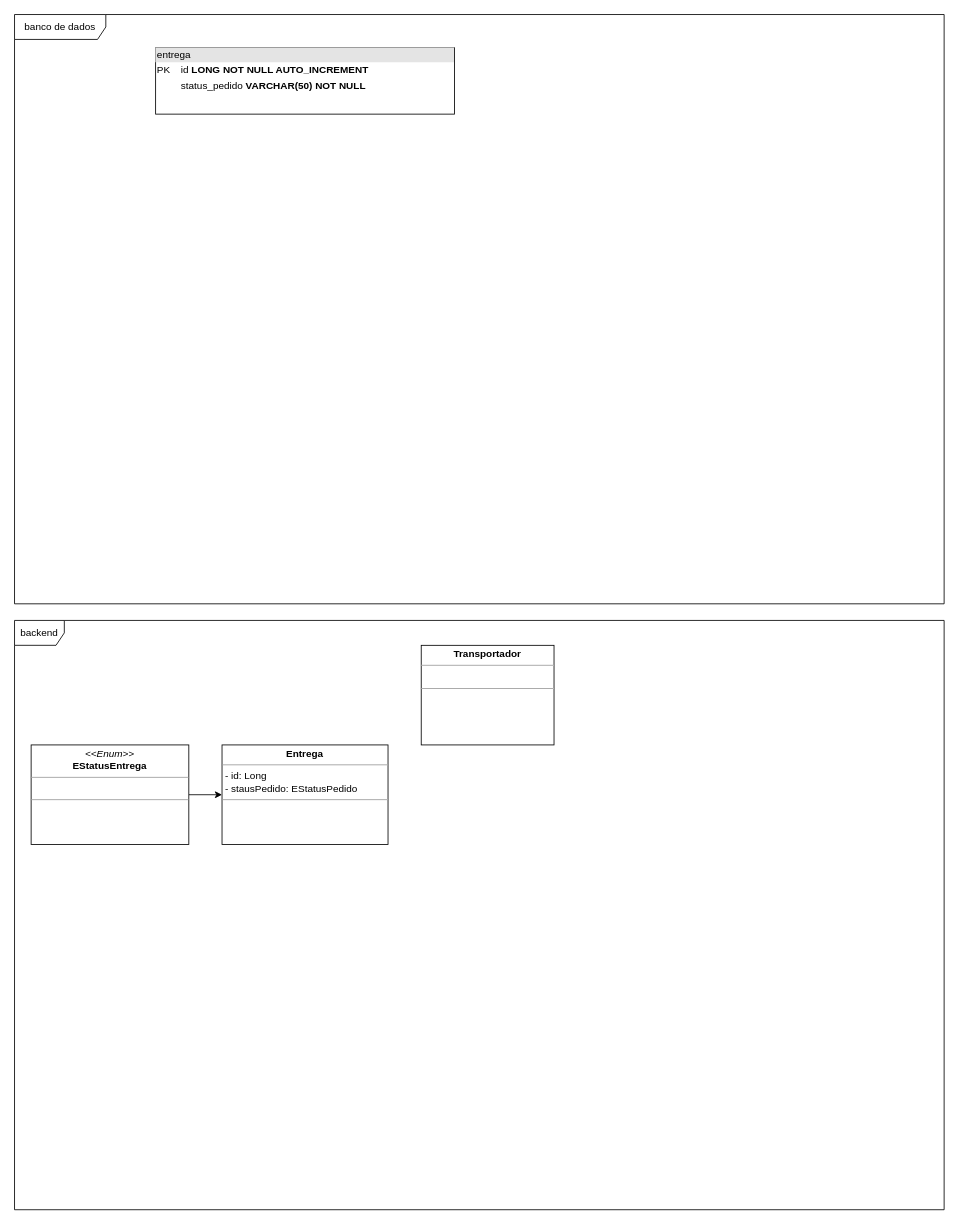
hannaBanannaOF/entra21-git-inicio keeps this draw.io diagram as page "EQ1" (1 of 8) of equipes.drawio. Above is the earlier version. Source tidied: cells renumbered, new cells numbered last; positions are measured from the earlier drawing's top-left corner, leaving out a move shared by most shapes. Both pictures are drawn from the tidied source at 83%, with x=0, y=0 at pixel (14, 14).
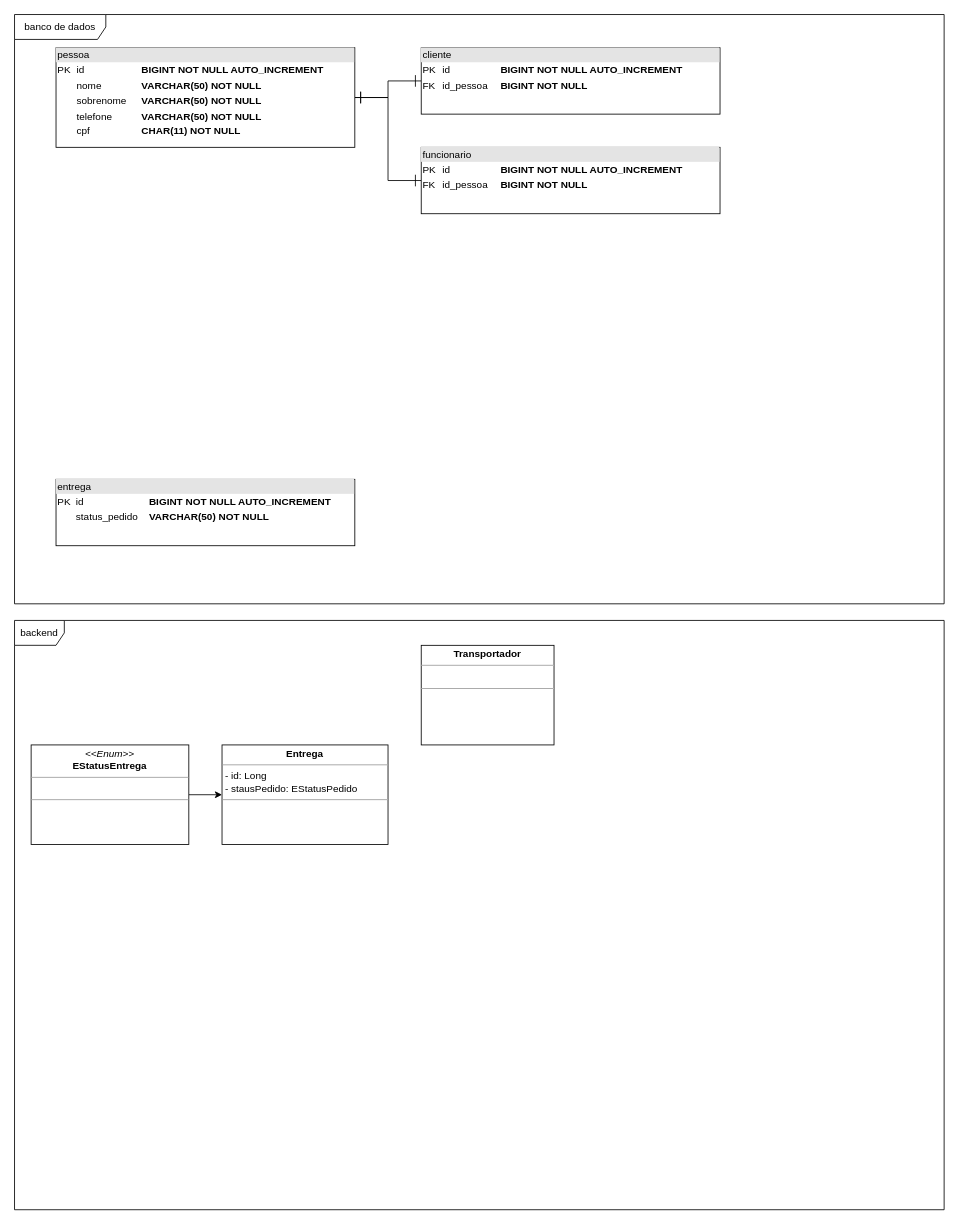
The same diagram, later.

Diff of the diagram source:
```diff
@@
 <mxGraphModel>
   <root>
     <mxCell id="0" />
     <mxCell id="1" parent="0" />
     <mxCell id="2" value="backend" style="shape=umlFrame;whiteSpace=wrap;html=1;" parent="1" vertex="1">
       <mxGeometry y="730" width="1120" height="710" as="geometry" />
     </mxCell>
     <mxCell id="3" value="&lt;p style=&quot;margin:0px;margin-top:4px;text-align:center;&quot;&gt;&lt;b&gt;Entrega&lt;/b&gt;&lt;/p&gt;&lt;hr size=&quot;1&quot;&gt;&lt;p style=&quot;margin:0px;margin-left:4px;&quot;&gt;- id: Long&lt;/p&gt;&lt;p style=&quot;margin:0px;margin-left:4px;&quot;&gt;- stausPedido: EStatusPedido&lt;/p&gt;&lt;hr size=&quot;1&quot;&gt;&lt;p style=&quot;margin:0px;margin-left:4px;&quot;&gt;&lt;br&gt;&lt;/p&gt;" style="verticalAlign=top;align=left;overflow=fill;fontSize=12;fontFamily=Helvetica;html=1;" parent="1" vertex="1">
       <mxGeometry x="250" y="880" width="200" height="120" as="geometry" />
     </mxCell>
     <mxCell id="4" value="&lt;p style=&quot;margin:0px;margin-top:4px;text-align:center;&quot;&gt;&lt;b&gt;Transportador&lt;/b&gt;&lt;/p&gt;&lt;hr size=&quot;1&quot;&gt;&lt;p style=&quot;margin:0px;margin-left:4px;&quot;&gt;&lt;br&gt;&lt;/p&gt;&lt;hr size=&quot;1&quot;&gt;&lt;p style=&quot;margin:0px;margin-left:4px;&quot;&gt;&lt;br&gt;&lt;/p&gt;" style="verticalAlign=top;align=left;overflow=fill;fontSize=12;fontFamily=Helvetica;html=1;" parent="1" vertex="1">
       <mxGeometry x="490" y="760" width="160" height="120" as="geometry" />
     </mxCell>
     <mxCell id="5" style="edgeStyle=orthogonalEdgeStyle;rounded=0;jettySize=auto;html=1;exitX=1;exitY=0.5;exitDx=0;exitDy=0;entryX=0;entryY=0.5;entryDx=0;entryDy=0;" parent="1" edge="1" source="7" target="3">
       <mxGeometry relative="1" as="geometry" />
     </mxCell>
     <mxCell id="6" value="banco de dados" style="shape=umlFrame;whiteSpace=wrap;html=1;width=110;height=30;" parent="1" vertex="1">
       <mxGeometry width="1120" height="710" as="geometry" />
     </mxCell>
     <mxCell id="7" value="&lt;p style=&quot;margin:0px;margin-top:4px;text-align:center;&quot;&gt;&lt;i&gt;&amp;lt;&amp;lt;Enum&amp;gt;&amp;gt;&lt;/i&gt;&lt;br&gt;&lt;b&gt;EStatusEntrega&lt;/b&gt;&lt;/p&gt;&lt;hr size=&quot;1&quot;&gt;&lt;p style=&quot;margin:0px;margin-left:4px;&quot;&gt;&lt;br&gt;&lt;/p&gt;&lt;hr size=&quot;1&quot;&gt;&lt;p style=&quot;margin:0px;margin-left:4px;&quot;&gt;&lt;br&gt;&lt;/p&gt;" style="verticalAlign=top;align=left;overflow=fill;fontSize=12;fontFamily=Helvetica;html=1;" parent="1" vertex="1">
       <mxGeometry x="20" y="880" width="190" height="120" as="geometry" />
     </mxCell>
-    <mxCell id="8" value="&lt;div style=&quot;box-sizing:border-box;width:100%;background:#e4e4e4;padding:2px;&quot;&gt;entrega&lt;/div&gt;&lt;table style=&quot;width:100%;font-size:1em;&quot; cellpadding=&quot;2&quot; cellspacing=&quot;0&quot;&gt;&lt;tbody&gt;&lt;tr&gt;&lt;td&gt;PK&lt;/td&gt;&lt;td&gt;id &lt;b&gt;LONG&lt;/b&gt;&amp;nbsp;&lt;b&gt;NOT NULL AUTO_INCREMENT&lt;/b&gt;&lt;/td&gt;&lt;/tr&gt;&lt;tr&gt;&lt;td&gt;&lt;br&gt;&lt;br&gt;&lt;/td&gt;&lt;td&gt;status_pedido &lt;b&gt;VARCHAR(50) NOT NULL&lt;br&gt;&lt;br&gt;&lt;/b&gt;&lt;/td&gt;&lt;/tr&gt;&lt;/tbody&gt;&lt;/table&gt;" style="verticalAlign=top;align=left;overflow=fill;html=1;" parent="1" vertex="1">
-      <mxGeometry x="170" y="40" width="360" height="80" as="geometry" />
+    <mxCell id="8" value="&lt;div style=&quot;box-sizing:border-box;width:100%;background:#e4e4e4;padding:2px;&quot;&gt;entrega&lt;/div&gt;&lt;table style=&quot;width:100%;font-size:1em;&quot; cellpadding=&quot;2&quot; cellspacing=&quot;0&quot;&gt;&lt;tbody&gt;&lt;tr&gt;&lt;td&gt;PK&lt;/td&gt;&lt;td&gt;id&lt;/td&gt;&lt;td&gt;&lt;b&gt;BIGINT&lt;/b&gt;&amp;nbsp;&lt;b&gt;NOT NULL AUTO_INCREMENT&lt;/b&gt;&lt;br&gt;&lt;/td&gt;&lt;/tr&gt;&lt;tr&gt;&lt;td&gt;&lt;br&gt;&lt;/td&gt;&lt;td&gt;status_pedido&lt;b&gt;&lt;br&gt;&lt;/b&gt;&lt;/td&gt;&lt;td&gt;&lt;b&gt;VARCHAR(50) NOT NULL&lt;/b&gt;&lt;br&gt;&lt;/td&gt;&lt;/tr&gt;&lt;/tbody&gt;&lt;/table&gt;" style="verticalAlign=top;align=left;overflow=fill;html=1;" parent="1" vertex="1">
+      <mxGeometry x="50" y="560" width="360" height="80" as="geometry" />
     </mxCell>
+    <mxCell id="9" style="edgeStyle=orthogonalEdgeStyle;rounded=0;jettySize=auto;html=1;exitX=1;exitY=0.5;exitDx=0;exitDy=0;entryX=0;entryY=0.5;entryDx=0;entryDy=0;startArrow=ERone;startFill=0;endArrow=ERone;endFill=0;endSize=12;startSize=12;" parent="1" edge="1" source="11" target="12">
+      <mxGeometry relative="1" as="geometry" />
+    </mxCell>
+    <mxCell id="10" style="edgeStyle=orthogonalEdgeStyle;rounded=0;jettySize=auto;html=1;exitX=1;exitY=0.5;exitDx=0;exitDy=0;entryX=0;entryY=0.5;entryDx=0;entryDy=0;startArrow=ERone;startFill=0;endArrow=ERone;endFill=0;startSize=12;endSize=12;" parent="1" edge="1" source="11" target="13">
+      <mxGeometry relative="1" as="geometry" />
+    </mxCell>
+    <mxCell id="11" value="&lt;div style=&quot;box-sizing:border-box;width:100%;background:#e4e4e4;padding:2px;&quot;&gt;pessoa&lt;/div&gt;&lt;table style=&quot;width:100%;font-size:1em;&quot; cellpadding=&quot;2&quot; cellspacing=&quot;0&quot;&gt;&lt;tbody&gt;&lt;tr&gt;&lt;td&gt;PK&lt;/td&gt;&lt;td&gt;id&amp;nbsp;&lt;/td&gt;&lt;td&gt;&lt;b&gt;BIGINT&amp;nbsp;NOT NULL AUTO_INCREMENT&lt;/b&gt;&lt;br&gt;&lt;/td&gt;&lt;/tr&gt;&lt;tr&gt;&lt;td&gt;&lt;br&gt;&lt;/td&gt;&lt;td&gt;nome&amp;nbsp;&lt;br&gt;&lt;/td&gt;&lt;td&gt;&lt;b&gt;VARCHAR(50) NOT NULL&lt;/b&gt;&lt;br&gt;&lt;/td&gt;&lt;/tr&gt;&lt;tr&gt;&lt;td&gt;&lt;br&gt;&lt;/td&gt;&lt;td&gt;sobrenome&amp;nbsp;&lt;br&gt;&lt;/td&gt;&lt;td&gt;&lt;b&gt;VARCHAR(50) NOT NULL&lt;/b&gt;&lt;br&gt;&lt;/td&gt;&lt;/tr&gt;&lt;tr&gt;&lt;td&gt;&lt;br&gt;&lt;/td&gt;&lt;td&gt;telefone&lt;/td&gt;&lt;td&gt;&lt;b&gt;VARCHAR(50) NOT NULL&lt;/b&gt;&lt;/td&gt;&lt;/tr&gt;&lt;tr&gt;&lt;td&gt;&lt;br&gt;&lt;/td&gt;&lt;td&gt;cpf&lt;/td&gt;&lt;td&gt;&lt;b&gt;CHAR(11) NOT NULL&lt;/b&gt;&lt;/td&gt;&lt;/tr&gt;&lt;/tbody&gt;&lt;/table&gt;" style="verticalAlign=top;align=left;overflow=fill;html=1;" parent="1" vertex="1">
+      <mxGeometry x="50" y="40" width="360" height="120" as="geometry" />
+    </mxCell>
+    <mxCell id="12" value="&lt;div style=&quot;box-sizing:border-box;width:100%;background:#e4e4e4;padding:2px;&quot;&gt;cliente&lt;/div&gt;&lt;table style=&quot;width:100%;font-size:1em;&quot; cellpadding=&quot;2&quot; cellspacing=&quot;0&quot;&gt;&lt;tbody&gt;&lt;tr&gt;&lt;td&gt;PK&lt;/td&gt;&lt;td&gt;id&lt;/td&gt;&lt;td&gt;&lt;b&gt;BIGINT&lt;/b&gt;&amp;nbsp;&lt;b&gt;NOT NULL AUTO_INCREMENT&lt;/b&gt;&lt;br&gt;&lt;/td&gt;&lt;/tr&gt;&lt;tr&gt;&lt;td&gt;FK&lt;/td&gt;&lt;td&gt;id_pessoa&lt;b&gt;&lt;br&gt;&lt;/b&gt;&lt;/td&gt;&lt;td&gt;&lt;b&gt;BIGINT NOT NULL&lt;/b&gt;&lt;/td&gt;&lt;/tr&gt;&lt;/tbody&gt;&lt;/table&gt;" style="verticalAlign=top;align=left;overflow=fill;html=1;" parent="1" vertex="1">
+      <mxGeometry x="490" y="40" width="360" height="80" as="geometry" />
+    </mxCell>
+    <mxCell id="13" value="&lt;div style=&quot;box-sizing:border-box;width:100%;background:#e4e4e4;padding:2px;&quot;&gt;funcionario&lt;/div&gt;&lt;table style=&quot;width:100%;font-size:1em;&quot; cellpadding=&quot;2&quot; cellspacing=&quot;0&quot;&gt;&lt;tbody&gt;&lt;tr&gt;&lt;td&gt;PK&lt;/td&gt;&lt;td&gt;id&lt;/td&gt;&lt;td&gt;&lt;b&gt;BIGINT&lt;/b&gt;&amp;nbsp;&lt;b&gt;NOT NULL AUTO_INCREMENT&lt;/b&gt;&lt;br&gt;&lt;/td&gt;&lt;/tr&gt;&lt;tr&gt;&lt;td&gt;FK&lt;/td&gt;&lt;td&gt;id_pessoa&lt;b&gt;&lt;br&gt;&lt;/b&gt;&lt;/td&gt;&lt;td&gt;&lt;b&gt;BIGINT NOT NULL&lt;/b&gt;&lt;/td&gt;&lt;/tr&gt;&lt;/tbody&gt;&lt;/table&gt;" style="verticalAlign=top;align=left;overflow=fill;html=1;" parent="1" vertex="1">
+      <mxGeometry x="490" y="160" width="360" height="80" as="geometry" />
+    </mxCell>
   </root>
 </mxGraphModel>
```
